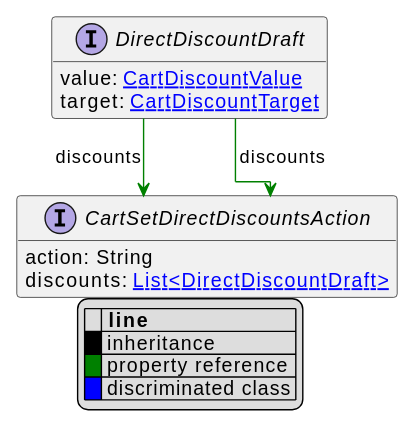
The PlantUML diagram uml/api/svg/DirectDiscountDraft.svg in commercetools/commercetools-api-reference, before a commit.
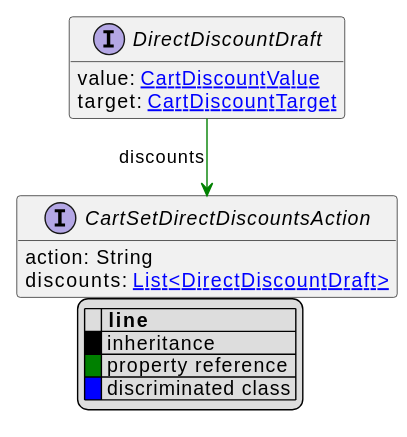
Later version of the same file.

Change to the diagram source:
```diff
@@ -21,5 +21,4 @@
 }
 
 DirectDiscountDraft --> CartSetDirectDiscountsAction #green;text:green : "discounts"
-DirectDiscountDraft --> CartSetDirectDiscountsAction #green;text:green : "discounts"
 @enduml
```
